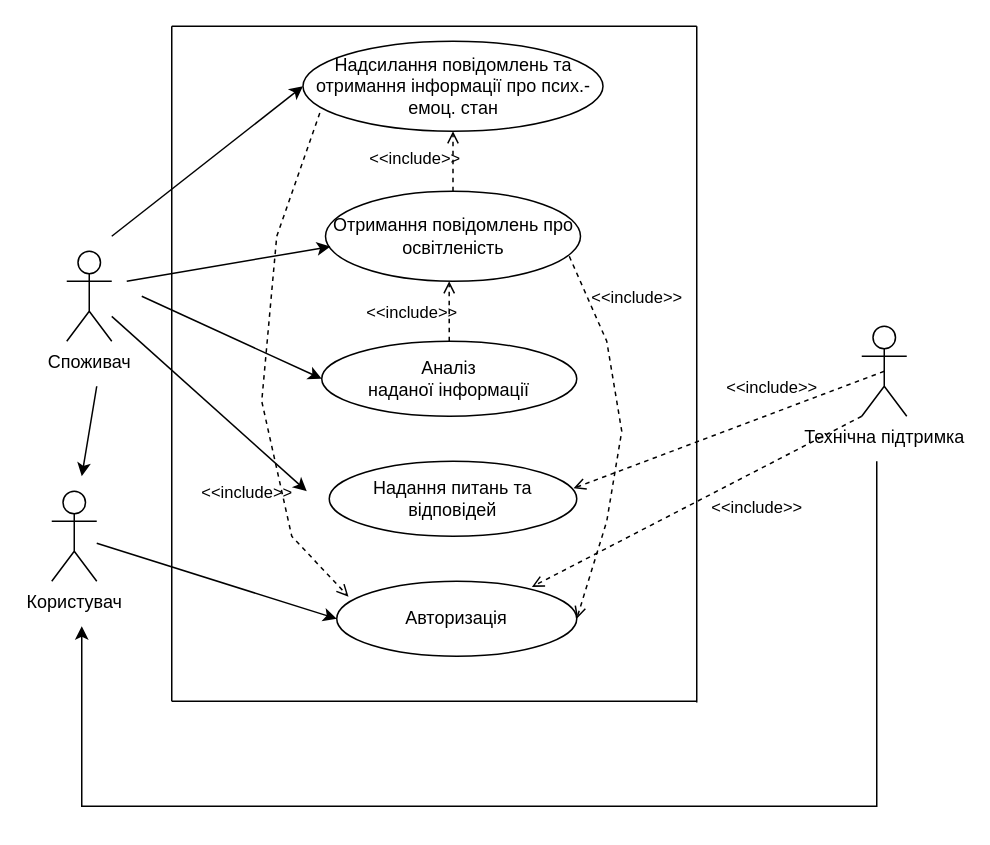
This is page "Страница — 1" (1 of 2) of 1.3-SoftwareUserRequirements/1.3.3-UserCaseDiagram/UseCaseDiagram.drawio from oleksandrblazhko/ai-215-berdnik, a draw.io file, before an edit. Source tidied: cells renumbered, new cells numbered last; positions are measured from the earlier drawing's top-left corner, leaving out a move shared by most shapes. Both pictures are drawn from the tidied source at 150%, with x=0, y=0 at pixel (51, 26).
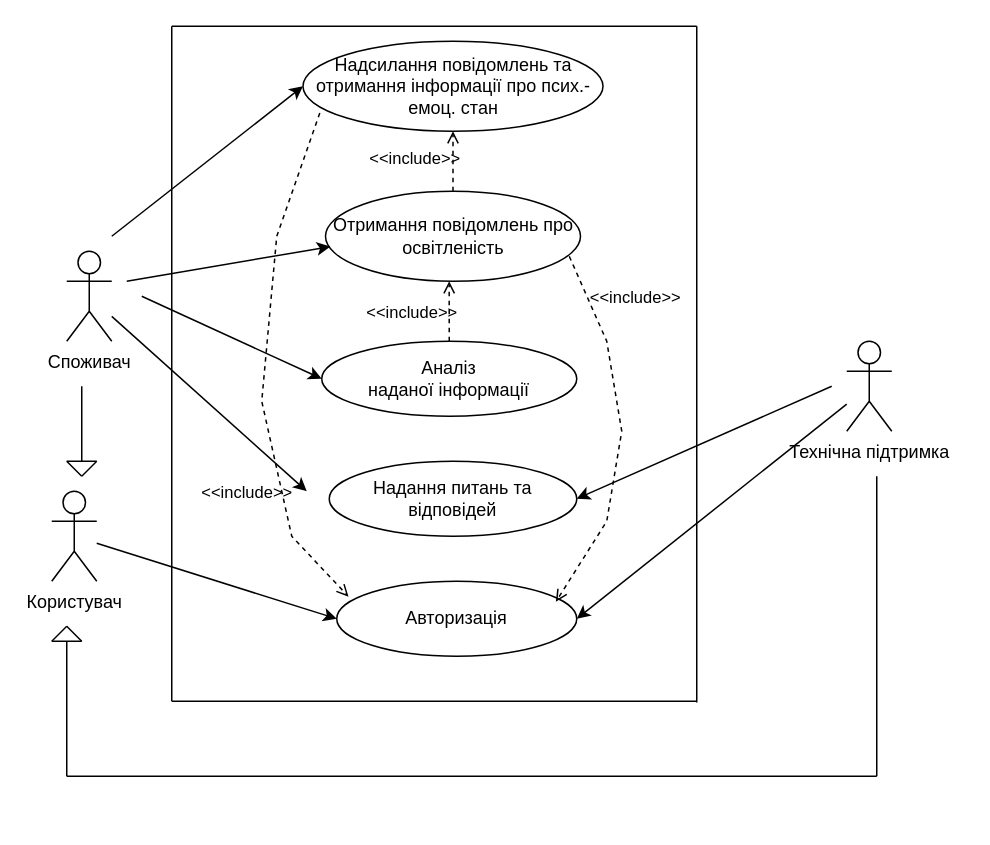
Above is the later version.

Unchanged cells that the change refers to:
```xml
<mxCell id="4" value="Отримання повідомлень про освітленість" style="ellipse;whiteSpace=wrap;html=1;" parent="1" vertex="1">
  <mxGeometry x="182.5" y="110" width="170" height="60" as="geometry" />
</mxCell>
<mxCell id="6" value="Надання питань та відповідей" style="ellipse;whiteSpace=wrap;html=1;" parent="1" vertex="1">
  <mxGeometry x="185" y="290" width="165" height="50" as="geometry" />
</mxCell>
<mxCell id="7" value="Авторизація" style="ellipse;whiteSpace=wrap;html=1;" parent="1" vertex="1">
  <mxGeometry x="190" y="370" width="160" height="50" as="geometry" />
</mxCell>
```

Diff of the diagram source:
```diff
@@
     <mxCell id="9" value="Технічна підтримка" style="shape=umlActor;verticalLabelPosition=bottom;verticalAlign=top;html=1;" parent="1" vertex="1">
-      <mxGeometry x="540" y="200" width="30" height="60" as="geometry" />
+      <mxGeometry x="530" y="210" width="30" height="60" as="geometry" />
     </mxCell>
@@
-    <mxCell id="13" value="&amp;lt;&amp;lt;include&amp;gt;&amp;gt;" style="html=1;verticalAlign=bottom;labelBackgroundColor=none;endArrow=open;endFill=0;dashed=1;rounded=0;exitX=0.956;exitY=0.723;exitDx=0;exitDy=0;exitPerimeter=0;entryX=1;entryY=0.5;entryDx=0;entryDy=0;" parent="1" edge="1" source="4" target="7">
+    <mxCell id="13" value="&amp;lt;&amp;lt;include&amp;gt;&amp;gt;" style="html=1;verticalAlign=bottom;labelBackgroundColor=none;endArrow=open;endFill=0;dashed=1;rounded=0;exitX=0.956;exitY=0.723;exitDx=0;exitDy=0;exitPerimeter=0;entryX=0.913;entryY=0.274;entryDx=0;entryDy=0;entryPerimeter=0;" parent="1" edge="1" source="4" target="7">
       <mxGeometry x="-0.59" y="26" relative="1" as="geometry">
         <Array as="points">
           <mxPoint x="370" y="210" />
           <mxPoint x="380" y="270" />
           <mxPoint x="370" y="330" />
         </Array>
       </mxGeometry>
     </mxCell>
-    <mxCell id="14" value="&amp;lt;&amp;lt;include&amp;gt;&amp;gt;" style="html=1;verticalAlign=bottom;labelBackgroundColor=none;endArrow=open;endFill=0;dashed=1;rounded=0;entryX=0.987;entryY=0.361;entryDx=0;entryDy=0;entryPerimeter=0;exitX=0.5;exitY=0.5;exitDx=0;exitDy=0;exitPerimeter=0;" parent="1" edge="1" source="9" target="6">
-      <mxGeometry x="-0.3" y="-8" relative="1" as="geometry" />
-    </mxCell>
-    <mxCell id="15" value="&amp;lt;&amp;lt;include&amp;gt;&amp;gt;" style="html=1;verticalAlign=bottom;labelBackgroundColor=none;endArrow=open;endFill=0;dashed=1;rounded=0;exitX=0;exitY=1;exitDx=0;exitDy=0;exitPerimeter=0;entryX=0.813;entryY=0.075;entryDx=0;entryDy=0;entryPerimeter=0;" parent="1" edge="1" source="9" target="7">
-      <mxGeometry x="-0.24" y="30" relative="1" as="geometry" />
-    </mxCell>
@@
-    <mxCell id="22" style="endArrow=classic;html=1;rounded=0;" parent="1" edge="1">
-      <mxGeometry relative="1" as="geometry">
-        <mxPoint x="30" y="240" as="sourcePoint" />
-        <mxPoint x="20" y="300" as="targetPoint" />
-      </mxGeometry>
-    </mxCell>
@@
-    <mxCell id="26" style="endArrow=classic;html=1;rounded=0;" parent="1" edge="1">
-      <mxGeometry relative="1" as="geometry">
-        <mxPoint x="550" y="290" as="sourcePoint" />
-        <mxPoint x="20" y="400" as="targetPoint" />
-        <Array as="points">
-          <mxPoint x="550" y="520" />
-          <mxPoint x="20" y="520" />
-        </Array>
-      </mxGeometry>
-    </mxCell>
+    <mxCell id="27" style="endArrow=classic;html=1;rounded=0;entryX=1;entryY=0.5;entryDx=0;entryDy=0;" parent="1" edge="1" target="6">
+      <mxGeometry relative="1" as="geometry">
+        <mxPoint x="520" y="240" as="sourcePoint" />
+      </mxGeometry>
+    </mxCell>
+    <mxCell id="15" style="endArrow=classic;html=1;rounded=0;entryX=1;entryY=0.5;entryDx=0;entryDy=0;" parent="1" edge="1" source="9" target="7">
+      <mxGeometry relative="1" as="geometry" />
+    </mxCell>
+    <mxCell id="28" style="endArrow=none;html=1;rounded=0;" parent="1" edge="1">
+      <mxGeometry relative="1" as="geometry">
+        <mxPoint x="20" y="290" as="sourcePoint" />
+        <mxPoint x="20" y="240" as="targetPoint" />
+      </mxGeometry>
+    </mxCell>
+    <mxCell id="29" style="endArrow=none;html=1;rounded=0;" parent="1" edge="1">
+      <mxGeometry relative="1" as="geometry">
+        <mxPoint x="20" y="300" as="sourcePoint" />
+        <mxPoint x="30" y="290" as="targetPoint" />
+      </mxGeometry>
+    </mxCell>
+    <mxCell id="30" style="endArrow=none;html=1;rounded=0;" parent="1" edge="1">
+      <mxGeometry relative="1" as="geometry">
+        <mxPoint x="20" y="300" as="sourcePoint" />
+        <mxPoint x="10" y="290" as="targetPoint" />
+      </mxGeometry>
+    </mxCell>
+    <mxCell id="31" style="endArrow=none;html=1;rounded=0;" parent="1" edge="1">
+      <mxGeometry relative="1" as="geometry">
+        <mxPoint x="10" y="290" as="sourcePoint" />
+        <mxPoint x="30" y="290" as="targetPoint" />
+      </mxGeometry>
+    </mxCell>
+    <mxCell id="32" style="endArrow=none;html=1;rounded=0;" parent="1" edge="1">
+      <mxGeometry relative="1" as="geometry">
+        <mxPoint x="550" y="500" as="sourcePoint" />
+        <mxPoint x="550" y="300" as="targetPoint" />
+      </mxGeometry>
+    </mxCell>
+    <mxCell id="33" style="endArrow=none;html=1;rounded=0;" parent="1" edge="1">
+      <mxGeometry relative="1" as="geometry">
+        <mxPoint x="20" y="410" as="sourcePoint" />
+        <mxPoint y="410" as="targetPoint" />
+      </mxGeometry>
+    </mxCell>
+    <mxCell id="34" style="endArrow=none;html=1;rounded=0;" parent="1" edge="1">
+      <mxGeometry relative="1" as="geometry">
+        <mxPoint y="410" as="sourcePoint" />
+        <mxPoint x="10" y="400" as="targetPoint" />
+      </mxGeometry>
+    </mxCell>
+    <mxCell id="35" style="endArrow=none;html=1;rounded=0;" parent="1" edge="1">
+      <mxGeometry relative="1" as="geometry">
+        <mxPoint x="10" y="400" as="sourcePoint" />
+        <mxPoint x="20" y="410" as="targetPoint" />
+      </mxGeometry>
+    </mxCell>
+    <mxCell id="36" style="endArrow=none;html=1;rounded=0;" parent="1" edge="1">
+      <mxGeometry relative="1" as="geometry">
+        <mxPoint x="10" y="410" as="sourcePoint" />
+        <mxPoint x="10" y="500" as="targetPoint" />
+      </mxGeometry>
+    </mxCell>
+    <mxCell id="37" style="endArrow=none;html=1;rounded=0;" parent="1" edge="1">
+      <mxGeometry relative="1" as="geometry">
+        <mxPoint x="10" y="500" as="sourcePoint" />
+        <mxPoint x="550" y="500" as="targetPoint" />
+      </mxGeometry>
+    </mxCell>
```
